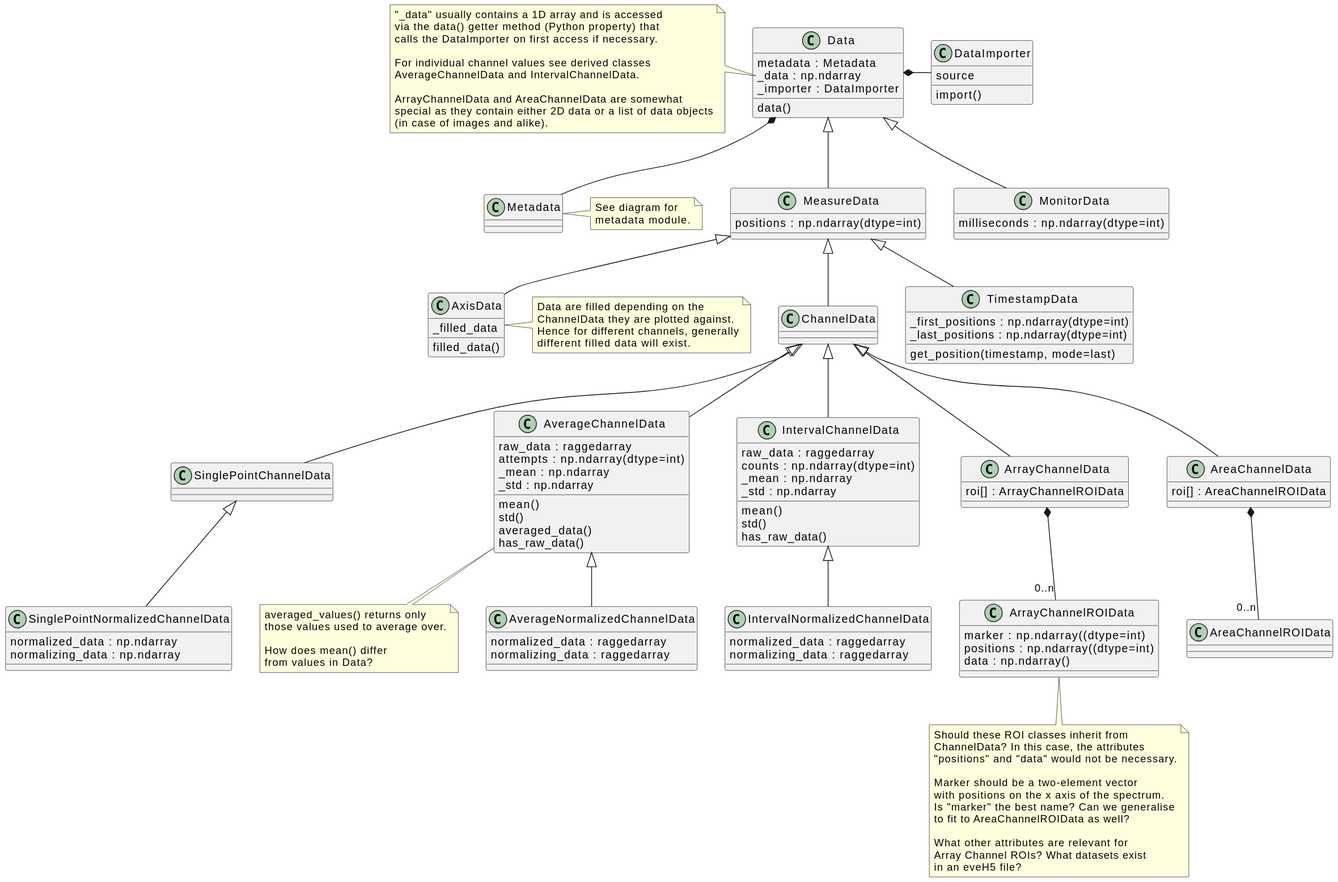
Above: docs/uml/evedata.evefile.data.svg in tillbiskup/evedata (PlantUML), before the change. Source of this version:
```plantuml
@startuml

class Data {
    metadata : Metadata
    _data : np.ndarray
    _importer : DataImporter
    data()
}
note left of Data::_data
    "_data" usually contains a 1D array and is accessed
    via the data() getter method (Python property) that
    calls the DataImporter on first access if necessary.

    For individual channel values see derived classes
    AverageChannelData and IntervalChannelData.

    ArrayChannelData and AreaChannelData are somewhat
    special as they contain either 2D data or a list of data objects
    (in case of images and alike).
end note

class DataImporter {
    source
    import()
}

class Metadata {
}
note right: See diagram for\nmetadata module.

Data *- DataImporter
Data *-- Metadata

class MeasureData extends Data {
    {field} positions : np.ndarray(dtype=int)
}

class MonitorData extends Data {
    {field} milliseconds : np.ndarray(dtype=int)
}

class AxisData extends MeasureData {
    _filled_data
    filled_data()
}
note right of AxisData
    Data are filled depending on the
    ChannelData they are plotted against.
    Hence for different channels, generally
    different filled data will exist.
endnote

class ChannelData extends MeasureData {
}

class TimestampData extends MeasureData {
    {field} _first_positions : np.ndarray(dtype=int)
    {field} _last_positions : np.ndarray(dtype=int)
    get_position(timestamp, mode=last)
}

class SinglePointChannelData extends ChannelData {}

class SinglePointNormalizedChannelData extends SinglePointChannelData {
    normalized_data : np.ndarray
    normalizing_data : np.ndarray
}

class AverageChannelData extends ChannelData {
    raw_data : raggedarray
    {field} attempts : np.ndarray(dtype=int)
    _mean : np.ndarray
    _std : np.ndarray
    mean()
    std()
    averaged_data()
    has_raw_data()
}
note bottom of AverageChannelData
    averaged_values() returns only
    those values used to average over.

    How does mean() differ
    from values in Data?
end note

class AverageNormalizedChannelData extends AverageChannelData {
    normalized_data : raggedarray
    normalizing_data : raggedarray
}


class IntervalChannelData extends ChannelData {
    raw_data : raggedarray
    {field} counts : np.ndarray(dtype=int)
    _mean : np.ndarray
    _std : np.ndarray
    mean()
    std()
    has_raw_data()
}

class IntervalNormalizedChannelData extends IntervalChannelData {
    normalized_data : raggedarray
    normalizing_data : raggedarray
}

class ArrayChannelData extends ChannelData {
    roi[] : ArrayChannelROIData
}

ArrayChannelData *-- "0..n" ArrayChannelROIData

class ArrayChannelROIData {
    {field} marker : np.ndarray((dtype=int)
    {field} positions : np.ndarray((dtype=int)
    {field} data : np.ndarray()
}
note bottom of ArrayChannelROIData
    Should these ROI classes inherit from
    ChannelData? In this case, the attributes
    "positions" and "data" would not be necessary.

    Marker should be a two-element vector
    with positions on the x axis of the spectrum.
    Is "marker" the best name? Can we generalise
    to fit to AreaChannelROIData as well?

    What other attributes are relevant for
    Array Channel ROIs? What datasets exist
    in an eveH5 file?
endnote

class AreaChannelData extends ChannelData {
    roi[] : AreaChannelROIData
}

AreaChannelData *-- "0..n" AreaChannelROIData

class AreaChannelROIData {
}
@enduml
```
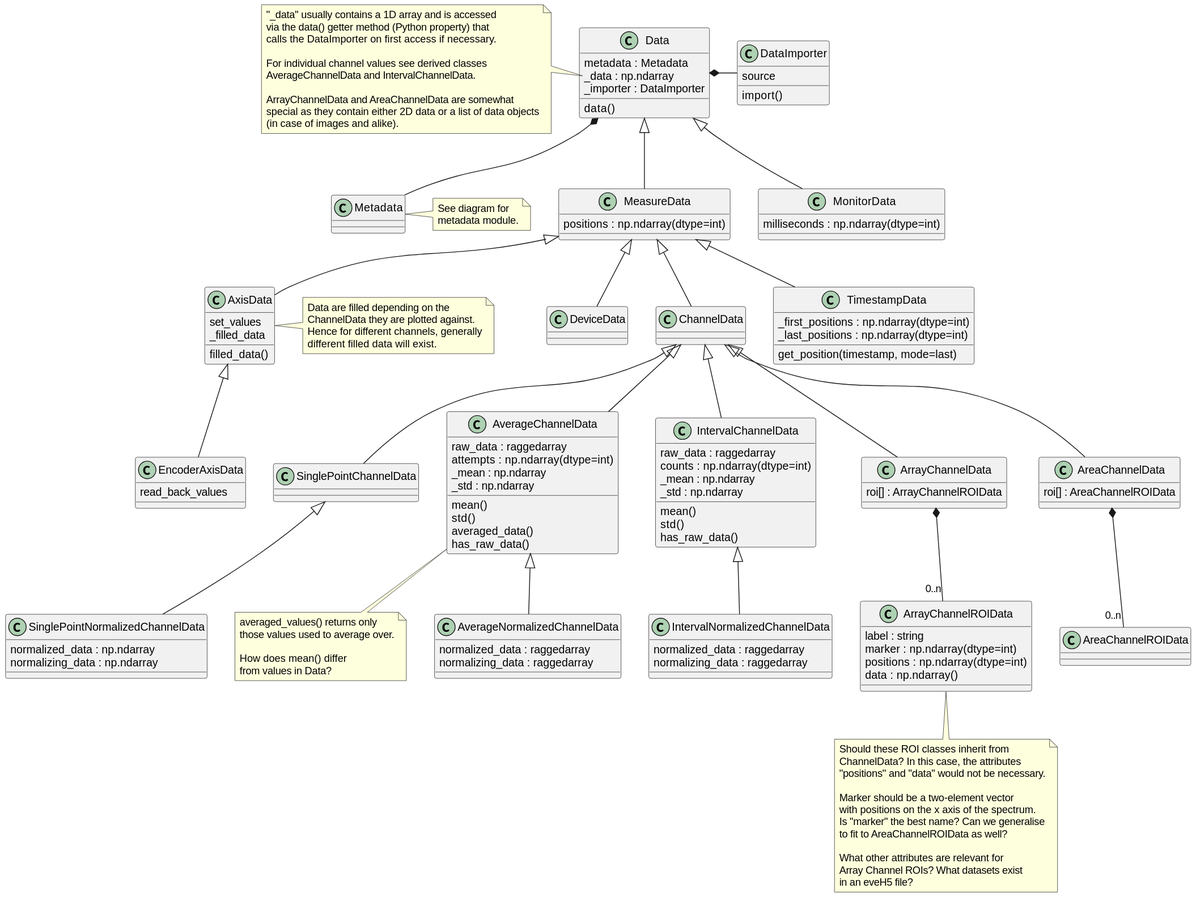
Later version of the same file.

Change to the diagram source:
```diff
@@ -39,7 +39,10 @@
     {field} milliseconds : np.ndarray(dtype=int)
 }
 
+class DeviceData extends MeasureData
+
 class AxisData extends MeasureData {
+    set_values
     _filled_data
     filled_data()
 }
@@ -49,6 +52,10 @@
     Hence for different channels, generally
     different filled data will exist.
 endnote
+
+class EncoderAxisData extends AxisData {
+    read_back_values
+}
 
 class ChannelData extends MeasureData {
 }
@@ -112,8 +119,9 @@
 ArrayChannelData *-- "0..n" ArrayChannelROIData
 
 class ArrayChannelROIData {
-    {field} marker : np.ndarray((dtype=int)
-    {field} positions : np.ndarray((dtype=int)
+    {field} label : string
+    {field} marker : np.ndarray(dtype=int)
+    {field} positions : np.ndarray(dtype=int)
     {field} data : np.ndarray()
 }
 note bottom of ArrayChannelROIData
```
